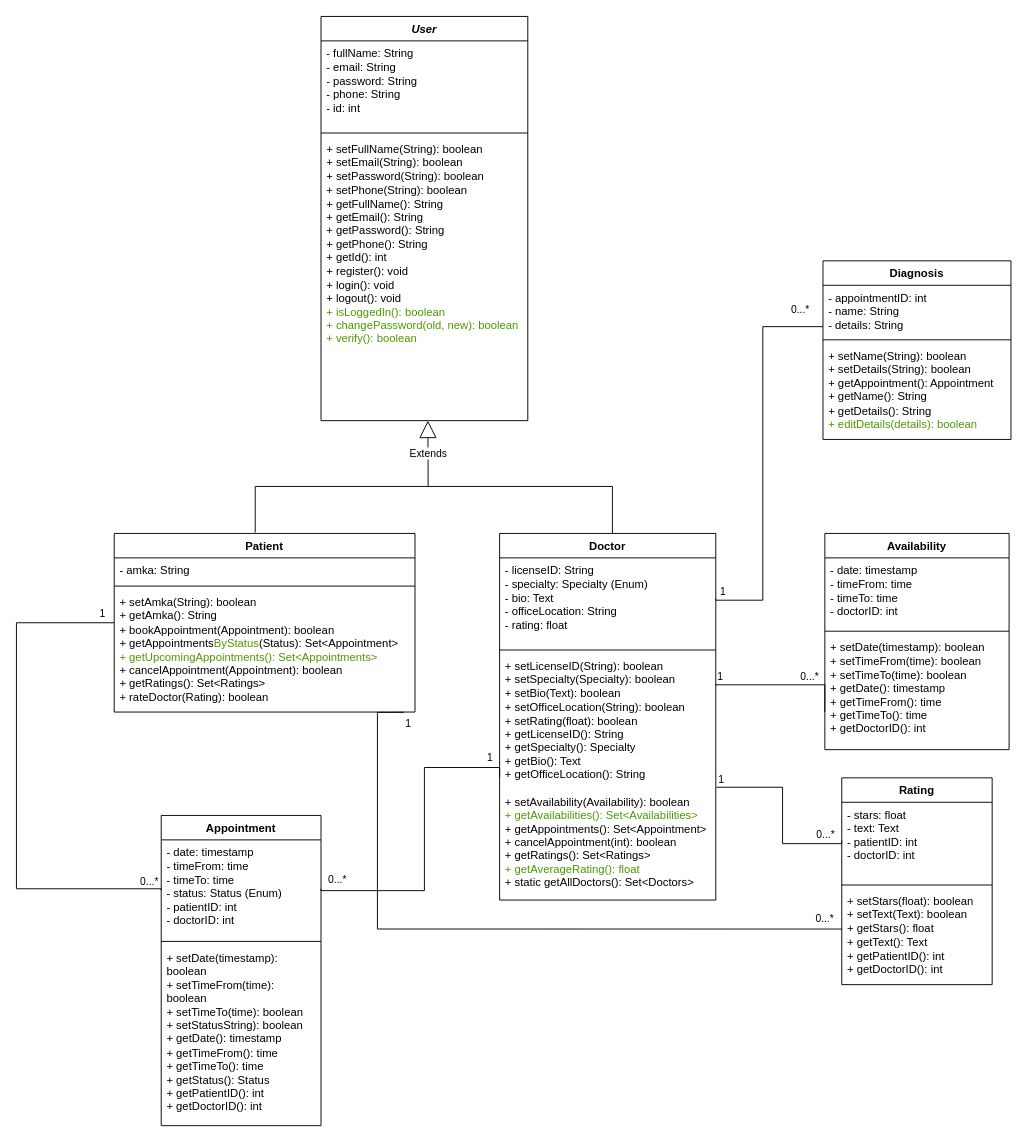
Before: diagrams/Class_Diagram2.drawio in dimitry-lzs/seBackend, a draw.io diagram. Source tidied: cells renumbered, new cells numbered last; positions are measured from the earlier drawing's top-left corner, leaving out a move shared by most shapes. Both pictures are drawn from the tidied source at 94%, with x=0, y=0 at pixel (16, 16).
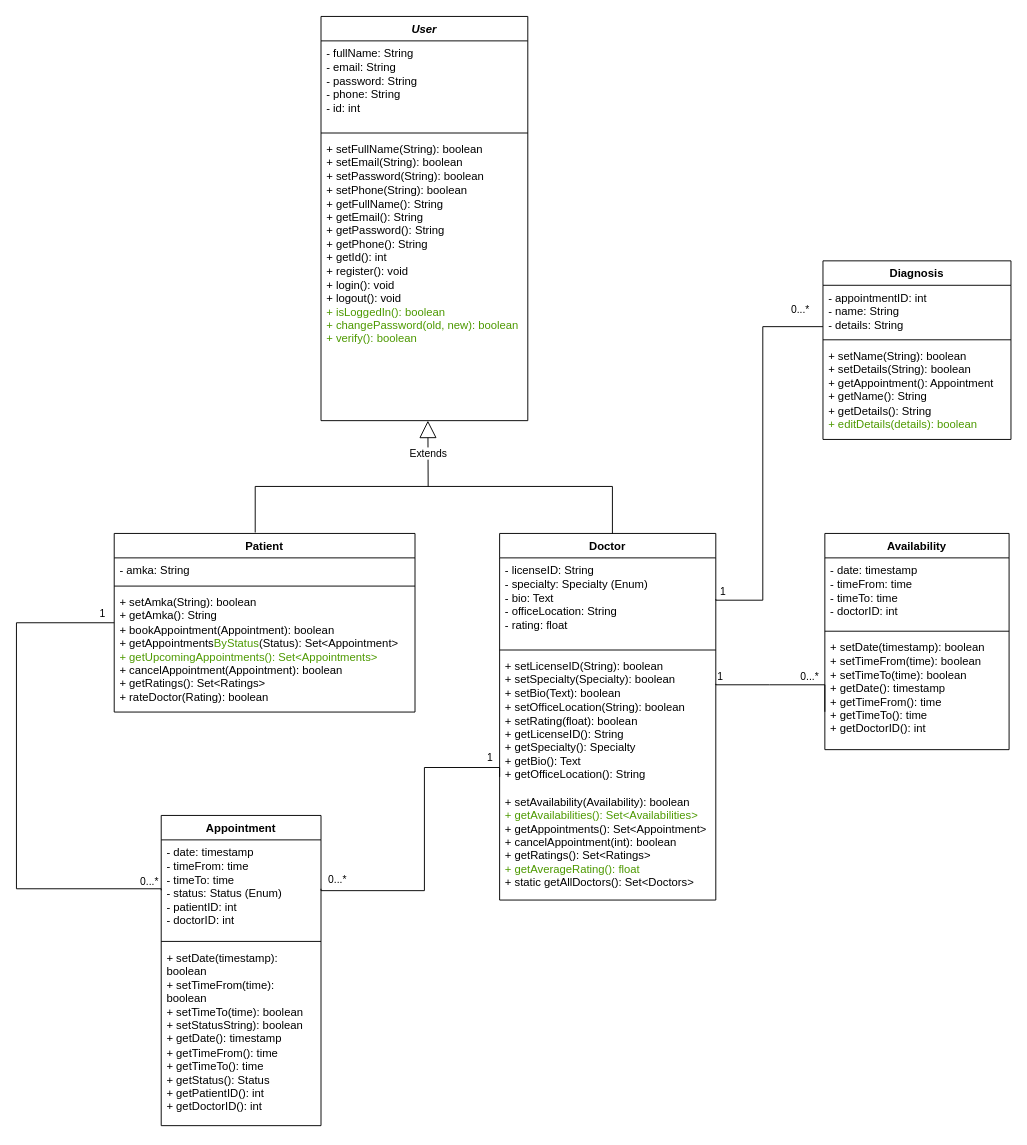
Above is the later version.

Commit message (it also covers changes not shown here):
remove some classes from early versions

Unchanged cells that the change refers to:
```xml
<mxCell id="13" value="&lt;div&gt;&lt;div&gt;&lt;span style=&quot;background-color: transparent; color: light-dark(rgb(0, 0, 0), rgb(255, 255, 255));&quot;&gt;+ setAmka(String): boolean&lt;/span&gt;&lt;/div&gt;&lt;div&gt;&lt;div&gt;+ getAmka(): String&lt;/div&gt;&lt;/div&gt;&lt;/div&gt;&lt;div&gt;+ bookAppointment(Appointment): boolean&lt;/div&gt;&lt;div&gt;+ getAppointments&lt;font style=&quot;color: rgb(77, 153, 0);&quot;&gt;ByStatus&lt;/font&gt;(Status): Set&amp;lt;Appointment&amp;gt;&lt;/div&gt;&lt;div&gt;&lt;font style=&quot;color: rgb(77, 153, 0);&quot;&gt;+ getUpcomingAppointments(): Set&amp;lt;Appointments&amp;gt;&lt;/font&gt;&lt;/div&gt;&lt;div&gt;&lt;div&gt;+ cancelAppointment(Appointment): boolean&lt;/div&gt;&lt;/div&gt;&lt;div&gt;&lt;span style=&quot;background-color: transparent; color: light-dark(rgb(0, 0, 0), rgb(255, 255, 255));&quot;&gt;+ getRatings(): Set&amp;lt;Ratings&amp;gt;&amp;nbsp;&lt;/span&gt;&lt;/div&gt;&lt;div&gt;+ rateDoctor(Rating): boolean&lt;/div&gt;" style="text;strokeColor=none;fillColor=none;align=left;verticalAlign=top;spacingLeft=4;spacingRight=4;overflow=hidden;points=[[0,0.5],[1,0.5]];portConstraint=eastwest;whiteSpace=wrap;html=1;" parent="10" vertex="1">
  <mxGeometry y="60" width="320" height="130" as="geometry" />
</mxCell>
```

Change to the diagram source:
```diff
@@
-    <mxCell id="22" value="Rating" style="swimlane;fontStyle=1;align=center;verticalAlign=top;horizontal=1;startSize=26;whiteSpace=wrap;html=1;" parent="1" vertex="1">
-      <mxGeometry x="878" y="810" width="160" height="220" as="geometry" />
-    </mxCell>
-    <mxCell id="23" value="- stars: float&lt;div&gt;- text: Text&lt;/div&gt;&lt;div&gt;- patientID: int&lt;/div&gt;&lt;div&gt;- doctorID: int&lt;/div&gt;" style="text;strokeColor=none;fillColor=none;align=left;verticalAlign=top;spacingLeft=4;spacingRight=4;overflow=hidden;whiteSpace=wrap;html=1;" parent="22" vertex="1">
-      <mxGeometry y="26" width="160" height="84" as="geometry" />
-    </mxCell>
-    <mxCell id="24" style="line;strokeWidth=1;fillColor=none;align=left;verticalAlign=middle;spacingTop=-1;spacingLeft=3;spacingRight=3;labelPosition=right;strokeColor=inherit;" parent="22" vertex="1">
-      <mxGeometry y="110" width="160" height="8" as="geometry" />
-    </mxCell>
-    <mxCell id="25" value="&lt;div&gt;&lt;span style=&quot;background-color: transparent; color: light-dark(rgb(0, 0, 0), rgb(255, 255, 255));&quot;&gt;+ setStars(float): boolean&lt;/span&gt;&lt;/div&gt;&lt;div&gt;+ setText(Text): boolean&lt;/div&gt;&lt;div&gt;&lt;div&gt;+ getStars(): float&lt;/div&gt;&lt;div&gt;&lt;/div&gt;&lt;/div&gt;&lt;div&gt;&lt;div&gt;+ getText(): Text&lt;/div&gt;&lt;div&gt;+ getPatientID(): int&lt;/div&gt;&lt;div&gt;+ getDoctorID(): int&lt;/div&gt;&lt;/div&gt;" style="text;strokeColor=none;fillColor=none;align=left;verticalAlign=top;spacingLeft=4;spacingRight=4;overflow=hidden;points=[[0,0.5],[1,0.5]];portConstraint=eastwest;whiteSpace=wrap;html=1;" parent="22" vertex="1">
-      <mxGeometry y="118" width="160" height="102" as="geometry" />
-    </mxCell>
@@
-    <mxCell id="46" style="endArrow=none;html=1;edgeStyle=orthogonalEdgeStyle;rounded=0;entryX=-0.005;entryY=0.484;entryDx=0;entryDy=0;entryPerimeter=0;strokeColor=default;" parent="1" edge="1">
-      <mxGeometry relative="1" as="geometry">
-        <mxPoint x="744.8" y="820" as="sourcePoint" />
-        <mxPoint x="878" y="876.7" as="targetPoint" />
-        <Array as="points">
-          <mxPoint x="815" y="820" />
-          <mxPoint x="815" y="880" />
-          <mxPoint x="878" y="880" />
-        </Array>
-      </mxGeometry>
-    </mxCell>
-    <mxCell id="47" value="1" style="edgeLabel;html=1;align=left;verticalAlign=bottom;" parent="46" vertex="1">
-      <mxGeometry x="-1" relative="1" as="geometry" />
-    </mxCell>
-    <mxCell id="48" value="0...*&amp;nbsp;" style="edgeLabel;html=1;align=right;verticalAlign=bottom;" parent="46" vertex="1">
-      <mxGeometry x="1" relative="1" as="geometry">
-        <mxPoint x="-4" y="3" as="offset" />
-      </mxGeometry>
-    </mxCell>
@@
-    <mxCell id="50" style="endArrow=none;html=1;edgeStyle=orthogonalEdgeStyle;exitX=0.963;exitY=1.002;exitDx=0;exitDy=0;exitPerimeter=0;entryX=0.003;entryY=0.42;entryDx=0;entryDy=0;entryPerimeter=0;rounded=0;curved=0;" parent="1" edge="1" source="13" target="25">
-      <mxGeometry relative="1" as="geometry">
-        <Array as="points">
-          <mxPoint x="384" y="742" />
-          <mxPoint x="384" y="742" />
-          <mxPoint x="384" y="971" />
-        </Array>
-      </mxGeometry>
-    </mxCell>
-    <mxCell id="51" value="1" style="edgeLabel;html=1;align=left;verticalAlign=bottom;" parent="50" vertex="1">
-      <mxGeometry x="-1" relative="1" as="geometry">
-        <mxPoint y="20" as="offset" />
-      </mxGeometry>
-    </mxCell>
-    <mxCell id="52" value="&lt;span style=&quot;color: rgb(0, 0, 0); text-align: left;&quot;&gt;0...*&lt;/span&gt;" style="edgeLabel;html=1;align=right;verticalAlign=bottom;" parent="50" vertex="1">
-      <mxGeometry x="1" relative="1" as="geometry">
-        <mxPoint x="-8" y="-3" as="offset" />
-      </mxGeometry>
-    </mxCell>
```
